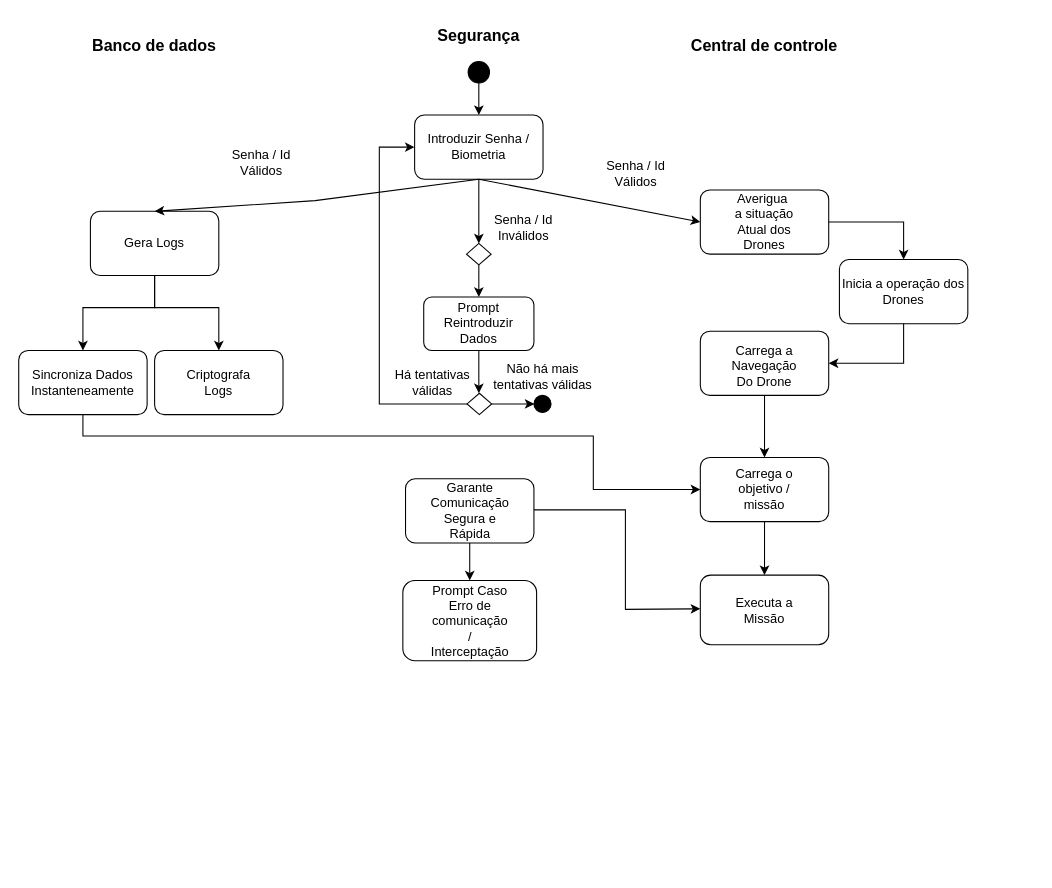
The draw.io diagram Diagrama sem nome.drawio in GrupoProjeto021/UML-Classroom-FCI, before the edit. Source tidied: cells renumbered, new cells numbered last; positions are measured from the earlier drawing's top-left corner, leaving out a move shared by most shapes. Both pictures are drawn from the tidied source at 107%, with x=0, y=0 at pixel (18, 18).
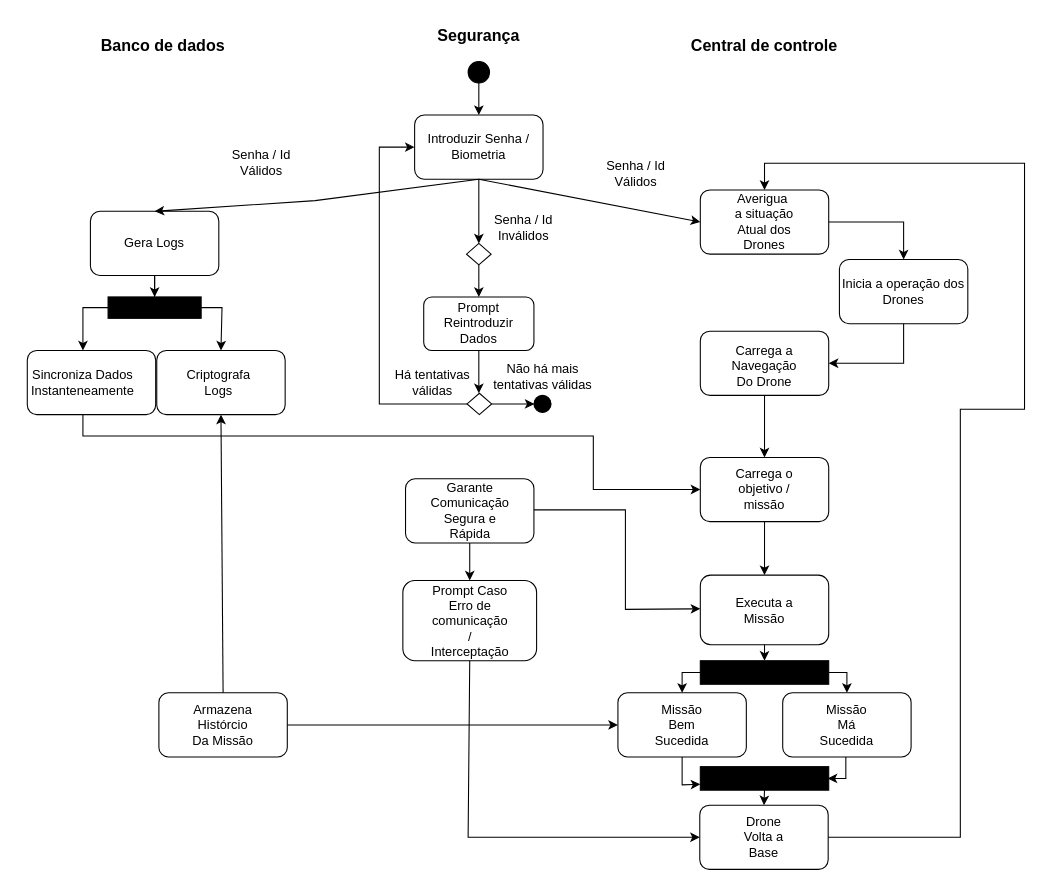
The same page after the edit.

The change refers to these unchanged cells:
```xml
<mxCell id="9" style="rounded=1;whiteSpace=wrap;html=1;" parent="1" vertex="1">
  <mxGeometry x="67" y="180" width="120" height="60" as="geometry" />
</mxCell>
<mxCell id="37" style="rounded=1;whiteSpace=wrap;html=1;" parent="1" vertex="1">
  <mxGeometry x="637" y="410" width="120" height="60" as="geometry" />
</mxCell>
<mxCell id="41" style="rounded=1;whiteSpace=wrap;html=1;" parent="1" vertex="1">
  <mxGeometry x="637" y="520" width="120" height="65" as="geometry" />
</mxCell>
<mxCell id="42" style="rounded=1;whiteSpace=wrap;html=1;" parent="1" vertex="1">
  <mxGeometry x="637" y="160" width="120" height="60" as="geometry" />
</mxCell>
<mxCell id="51" style="rounded=1;whiteSpace=wrap;html=1;" parent="1" vertex="1">
  <mxGeometry x="359" y="525" width="125" height="75" as="geometry" />
</mxCell>
```

The edit, as a diff of the source:
```diff
@@
     <mxCell id="5" value="Banco de dados" style="text;html=1;align=center;verticalAlign=middle;whiteSpace=wrap;rounded=0;fontSize=15;fontStyle=1;" parent="1" vertex="1">
-      <mxGeometry x="7" y="10" width="240" height="30" as="geometry" />
+      <mxGeometry x="15" y="10" width="240" height="30" as="geometry" />
     </mxCell>
@@
     <mxCell id="11" style="rounded=1;whiteSpace=wrap;html=1;" parent="1" vertex="1">
-      <mxGeometry x="127" y="310" width="120" height="60" as="geometry" />
+      <mxGeometry x="129" y="310" width="120" height="60" as="geometry" />
     </mxCell>
@@
     <mxCell id="13" style="rounded=1;whiteSpace=wrap;html=1;" parent="1" vertex="1">
-      <mxGeometry y="310" width="120" height="60" as="geometry" />
+      <mxGeometry x="8" y="310" width="120" height="60" as="geometry" />
     </mxCell>
@@
-    <mxCell id="33" style="endArrow=classic;html=1;rounded=0;exitX=0.5;exitY=1;exitDx=0;exitDy=0;entryX=0.5;entryY=0;entryDx=0;entryDy=0;" parent="1" edge="1" source="9" target="11">
-      <mxGeometry relative="1" as="geometry">
-        <Array as="points">
-          <mxPoint x="127" y="270" />
-          <mxPoint x="187" y="270" />
-        </Array>
-      </mxGeometry>
-    </mxCell>
-    <mxCell id="34" style="endArrow=classic;html=1;rounded=0;exitX=0.5;exitY=1;exitDx=0;exitDy=0;entryX=0.5;entryY=0;entryDx=0;entryDy=0;" parent="1" edge="1" source="9" target="13">
+    <mxCell id="34" style="endArrow=classic;html=1;rounded=0;exitX=0.5;exitY=1;exitDx=0;exitDy=0;entryX=0.5;entryY=0;entryDx=0;entryDy=0;" parent="1" edge="1" source="67">
       <mxGeometry relative="1" as="geometry">
+        <mxPoint x="60" y="310" as="targetPoint" />
         <Array as="points">
           <mxPoint x="127" y="270" />
           <mxPoint x="60" y="270" />
         </Array>
       </mxGeometry>
     </mxCell>
@@
-    <mxCell id="39" style="endArrow=classic;html=1;rounded=0;exitX=0.5;exitY=1;exitDx=0;exitDy=0;entryX=0;entryY=0.5;entryDx=0;entryDy=0;" parent="1" edge="1" source="13" target="37">
+    <mxCell id="39" style="endArrow=classic;html=1;rounded=0;exitX=0.5;exitY=1;exitDx=0;exitDy=0;entryX=0;entryY=0.5;entryDx=0;entryDy=0;" parent="1" edge="1" target="37">
       <mxGeometry relative="1" as="geometry">
+        <mxPoint x="60" y="370" as="sourcePoint" />
         <Array as="points">
           <mxPoint x="60" y="390" />
           <mxPoint x="297" y="390" />
           <mxPoint x="537" y="390" />
           <mxPoint x="537" y="440" />
         </Array>
       </mxGeometry>
     </mxCell>
@@
+    <mxCell id="54" style="rounded=1;whiteSpace=wrap;html=1;" parent="1" vertex="1">
+      <mxGeometry x="636.5" y="735" width="120" height="60" as="geometry" />
+    </mxCell>
+    <mxCell id="55" value="Drone Volta a Base" style="text;html=1;align=center;verticalAlign=middle;whiteSpace=wrap;rounded=0;" parent="1" vertex="1">
+      <mxGeometry x="670" y="750" width="53" height="30" as="geometry" />
+    </mxCell>
+    <mxCell id="56" style="endArrow=classic;html=1;rounded=0;exitX=0.5;exitY=1;exitDx=0;exitDy=0;entryX=0;entryY=0.5;entryDx=0;entryDy=0;" parent="1" edge="1" source="51" target="54">
+      <mxGeometry relative="1" as="geometry">
+        <Array as="points">
+          <mxPoint x="420" y="765" />
+        </Array>
+      </mxGeometry>
+    </mxCell>
+    <mxCell id="57" style="rounded=1;whiteSpace=wrap;html=1;" parent="1" vertex="1">
+      <mxGeometry x="560" y="630" width="120" height="60" as="geometry" />
+    </mxCell>
+    <mxCell id="58" value="Missão Bem Sucedida" style="text;html=1;align=center;verticalAlign=middle;whiteSpace=wrap;rounded=0;" parent="1" vertex="1">
+      <mxGeometry x="590" y="645" width="60" height="30" as="geometry" />
+    </mxCell>
+    <mxCell id="59" style="rounded=1;whiteSpace=wrap;html=1;" parent="1" vertex="1">
+      <mxGeometry x="714" y="630" width="120" height="60" as="geometry" />
+    </mxCell>
+    <mxCell id="60" value="Missão&lt;br&gt;Má&lt;div&gt;Sucedida&lt;/div&gt;" style="text;html=1;align=center;verticalAlign=middle;whiteSpace=wrap;rounded=0;" parent="1" vertex="1">
+      <mxGeometry x="744" y="645" width="60" height="30" as="geometry" />
+    </mxCell>
+    <mxCell id="61" style="rounded=1;whiteSpace=wrap;html=1;" parent="1" vertex="1">
+      <mxGeometry x="131" y="630" width="120" height="60" as="geometry" />
+    </mxCell>
+    <mxCell id="62" value="Armazena Histórcio Da Missão" style="text;html=1;align=center;verticalAlign=middle;whiteSpace=wrap;rounded=0;" parent="1" vertex="1">
+      <mxGeometry x="161" y="645" width="60" height="30" as="geometry" />
+    </mxCell>
+    <mxCell id="63" style="endArrow=classic;html=1;rounded=0;exitX=1;exitY=0.5;exitDx=0;exitDy=0;entryX=0;entryY=0.5;entryDx=0;entryDy=0;" parent="1" edge="1" source="61" target="57">
+      <mxGeometry relative="1" as="geometry" />
+    </mxCell>
+    <mxCell id="64" style="endArrow=classic;html=1;rounded=0;exitX=1;exitY=0.5;exitDx=0;exitDy=0;entryX=0.5;entryY=0;entryDx=0;entryDy=0;" parent="1" edge="1" source="54" target="42">
+      <mxGeometry relative="1" as="geometry">
+        <Array as="points">
+          <mxPoint x="880" y="765" />
+          <mxPoint x="880" y="365" />
+          <mxPoint x="940" y="365" />
+          <mxPoint x="940" y="135" />
+          <mxPoint x="820" y="135" />
+          <mxPoint x="697" y="135" />
+        </Array>
+      </mxGeometry>
+    </mxCell>
+    <mxCell id="65" style="endArrow=classic;html=1;rounded=0;exitX=0.5;exitY=1;exitDx=0;exitDy=0;entryX=0.5;entryY=0;entryDx=0;entryDy=0;" parent="1" edge="1" source="9" target="67">
+      <mxGeometry relative="1" as="geometry">
+        <Array as="points">
+          <mxPoint x="127" y="270" />
+        </Array>
+      </mxGeometry>
+    </mxCell>
+    <mxCell id="66" style="endArrow=classic;html=1;rounded=0;exitX=0.5;exitY=1;exitDx=0;exitDy=0;entryX=0.5;entryY=0;entryDx=0;entryDy=0;" parent="1" edge="1" source="9" target="67">
+      <mxGeometry relative="1" as="geometry" />
+    </mxCell>
+    <mxCell id="67" style="rounded=0;whiteSpace=wrap;html=1;fillColor=#000000;" parent="1" vertex="1">
+      <mxGeometry x="83.5" y="260" width="87" height="20" as="geometry" />
+    </mxCell>
+    <mxCell id="68" style="endArrow=classic;html=1;rounded=0;exitX=1;exitY=0.5;exitDx=0;exitDy=0;entryX=0.5;entryY=0;entryDx=0;entryDy=0;" parent="1" edge="1" source="67" target="11">
+      <mxGeometry relative="1" as="geometry">
+        <Array as="points">
+          <mxPoint x="190" y="270" />
+        </Array>
+      </mxGeometry>
+    </mxCell>
+    <mxCell id="69" style="rounded=0;whiteSpace=wrap;html=1;fillColor=#000000;" parent="1" vertex="1">
+      <mxGeometry x="637" y="600" width="120" height="22" as="geometry" />
+    </mxCell>
+    <mxCell id="70" style="endArrow=classic;html=1;rounded=0;exitX=0.5;exitY=1;exitDx=0;exitDy=0;entryX=0.5;entryY=0;entryDx=0;entryDy=0;" parent="1" edge="1" source="41" target="69">
+      <mxGeometry relative="1" as="geometry" />
+    </mxCell>
+    <mxCell id="71" style="endArrow=classic;html=1;rounded=0;exitX=0;exitY=0.5;exitDx=0;exitDy=0;entryX=0.5;entryY=0;entryDx=0;entryDy=0;" parent="1" edge="1" source="69" target="57">
+      <mxGeometry relative="1" as="geometry">
+        <Array as="points">
+          <mxPoint x="620" y="611" />
+        </Array>
+      </mxGeometry>
+    </mxCell>
+    <mxCell id="72" style="endArrow=classic;html=1;rounded=0;exitX=1;exitY=0.5;exitDx=0;exitDy=0;entryX=0.5;entryY=0;entryDx=0;entryDy=0;" parent="1" edge="1" source="69" target="59">
+      <mxGeometry relative="1" as="geometry">
+        <Array as="points">
+          <mxPoint x="774" y="611" />
+        </Array>
+      </mxGeometry>
+    </mxCell>
+    <mxCell id="73" style="endArrow=classic;html=1;rounded=0;exitX=0.5;exitY=0;exitDx=0;exitDy=0;entryX=0.5;entryY=1;entryDx=0;entryDy=0;" parent="1" edge="1" source="61" target="11">
+      <mxGeometry relative="1" as="geometry" />
+    </mxCell>
+    <mxCell id="74" style="rounded=0;whiteSpace=wrap;html=1;fillColor=#000000;" parent="1" vertex="1">
+      <mxGeometry x="637" y="699" width="120" height="22" as="geometry" />
+    </mxCell>
+    <mxCell id="75" style="endArrow=classic;html=1;rounded=0;exitX=0.5;exitY=1;exitDx=0;exitDy=0;entryX=0;entryY=0.75;entryDx=0;entryDy=0;" parent="1" edge="1" source="57" target="74">
+      <mxGeometry relative="1" as="geometry">
+        <Array as="points">
+          <mxPoint x="620" y="716" />
+        </Array>
+      </mxGeometry>
+    </mxCell>
+    <mxCell id="76" style="endArrow=classic;html=1;rounded=0;exitX=0.5;exitY=1;exitDx=0;exitDy=0;entryX=1;entryY=0.5;entryDx=0;entryDy=0;" parent="1" edge="1">
+      <mxGeometry relative="1" as="geometry">
+        <mxPoint x="773" y="690" as="sourcePoint" />
+        <mxPoint x="756" y="710" as="targetPoint" />
+        <Array as="points">
+          <mxPoint x="773" y="710" />
+        </Array>
+      </mxGeometry>
+    </mxCell>
+    <mxCell id="77" style="endArrow=classic;html=1;rounded=0;exitX=0.5;exitY=1;exitDx=0;exitDy=0;entryX=0.5;entryY=0;entryDx=0;entryDy=0;" parent="1" edge="1" source="74" target="54">
+      <mxGeometry relative="1" as="geometry" />
+    </mxCell>
```
